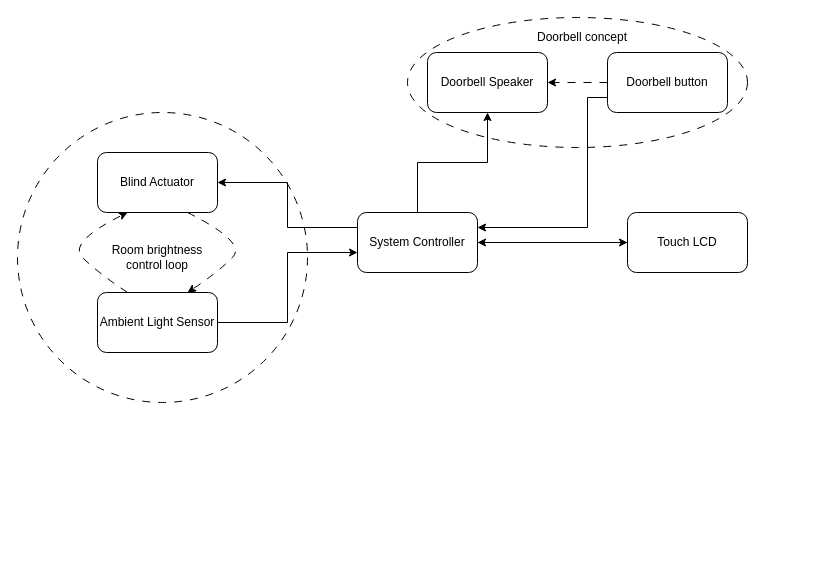
The draw.io diagram HighLevelDiagram.drawio in boomerlen/desn2k, before the edit. Source tidied: cells renumbered, new cells numbered last; positions are measured from the earlier drawing's top-left corner, leaving out a move shared by most shapes. Both pictures are drawn from the tidied source at 100%, with x=0, y=0 at pixel (17, 17).
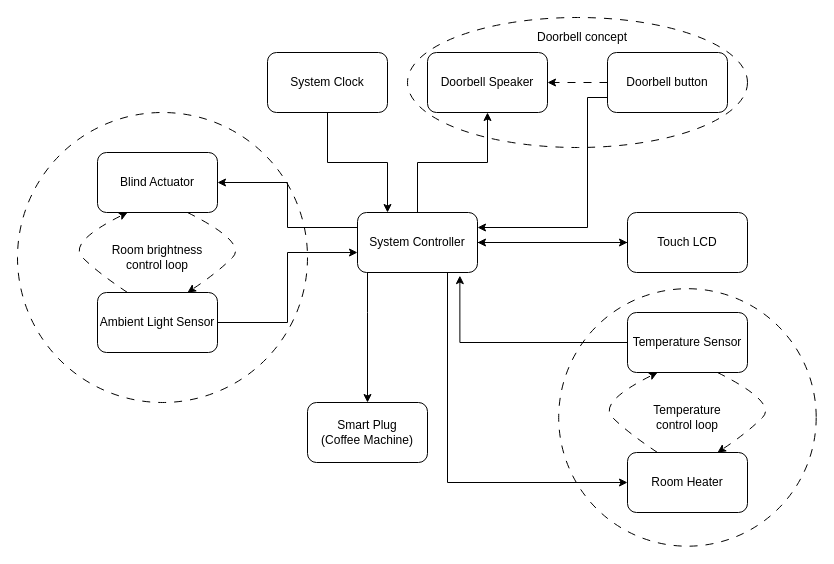
The same diagram, later.

The change refers to these unchanged cells:
```xml
<mxCell id="5" value="&lt;div&gt;System Controller&lt;/div&gt;" style="rounded=1;whiteSpace=wrap;html=1;" parent="1" vertex="1">
  <mxGeometry x="340" y="195" width="120" height="60" as="geometry" />
</mxCell>
```

What changed in the source:
```diff
@@
+    <mxCell id="21" style="edgeStyle=orthogonalEdgeStyle;rounded=0;jettySize=auto;html=1;" parent="1" edge="1" source="5" target="23">
+      <mxGeometry relative="1" as="geometry">
+        <Array as="points">
+          <mxPoint x="350" y="295" />
+          <mxPoint x="350" y="295" />
+        </Array>
+      </mxGeometry>
+    </mxCell>
+    <mxCell id="22" style="edgeStyle=orthogonalEdgeStyle;rounded=0;jettySize=auto;html=1;exitX=0.75;exitY=1;exitDx=0;exitDy=0;entryX=0;entryY=0.5;entryDx=0;entryDy=0;" parent="1" edge="1" source="5" target="25">
+      <mxGeometry relative="1" as="geometry" />
+    </mxCell>
@@
+    <mxCell id="23" value="&lt;div&gt;Smart Plug&lt;/div&gt;&lt;div&gt;(Coffee Machine)&lt;/div&gt;" style="rounded=1;whiteSpace=wrap;html=1;" parent="1" vertex="1">
+      <mxGeometry x="290" y="385" width="120" height="60" as="geometry" />
+    </mxCell>
+    <mxCell id="24" value="Temperature Sensor" style="rounded=1;whiteSpace=wrap;html=1;" parent="1" vertex="1">
+      <mxGeometry x="610" y="295" width="120" height="60" as="geometry" />
+    </mxCell>
+    <mxCell id="25" value="Room Heater" style="rounded=1;whiteSpace=wrap;html=1;" parent="1" vertex="1">
+      <mxGeometry x="610" y="435" width="120" height="60" as="geometry" />
+    </mxCell>
+    <mxCell id="26" style="edgeStyle=orthogonalEdgeStyle;rounded=0;jettySize=auto;html=1;entryX=0.853;entryY=1.052;entryDx=0;entryDy=0;entryPerimeter=0;" parent="1" edge="1" source="24" target="5">
+      <mxGeometry relative="1" as="geometry" />
+    </mxCell>
+    <mxCell id="27" style="curved=1;endArrow=classic;html=1;rounded=0;exitX=0.25;exitY=0;exitDx=0;exitDy=0;entryX=0.25;entryY=1;entryDx=0;entryDy=0;dashed=1;dashPattern=8 8;" parent="1" edge="1">
+      <mxGeometry relative="1" as="geometry">
+        <mxPoint x="640" y="435" as="sourcePoint" />
+        <mxPoint x="640" y="355" as="targetPoint" />
+        <Array as="points">
+          <mxPoint x="610" y="415" />
+          <mxPoint x="580" y="385" />
+        </Array>
+      </mxGeometry>
+    </mxCell>
+    <mxCell id="28" style="curved=1;endArrow=classic;html=1;rounded=0;exitX=0.75;exitY=1;exitDx=0;exitDy=0;entryX=0.75;entryY=0;entryDx=0;entryDy=0;dashed=1;dashPattern=8 8;" parent="1" edge="1">
+      <mxGeometry relative="1" as="geometry">
+        <mxPoint x="700" y="355" as="sourcePoint" />
+        <mxPoint x="700" y="435" as="targetPoint" />
+        <Array as="points">
+          <mxPoint x="760" y="385" />
+          <mxPoint x="730" y="415" />
+        </Array>
+      </mxGeometry>
+    </mxCell>
+    <mxCell id="29" value="Temperature control loop" style="text;html=1;align=center;verticalAlign=middle;whiteSpace=wrap;rounded=0;" parent="1" vertex="1">
+      <mxGeometry x="640" y="385" width="60" height="30" as="geometry" />
+    </mxCell>
+    <mxCell id="30" style="ellipse;whiteSpace=wrap;html=1;fillColor=none;dashed=1;dashPattern=8 8;" parent="1" vertex="1">
+      <mxGeometry x="541.2" y="271.2" width="257.5" height="257.5" as="geometry" />
+    </mxCell>
+    <mxCell id="31" style="edgeStyle=orthogonalEdgeStyle;rounded=0;jettySize=auto;html=1;entryX=0.25;entryY=0;entryDx=0;entryDy=0;" parent="1" edge="1" source="32" target="5">
+      <mxGeometry relative="1" as="geometry" />
+    </mxCell>
+    <mxCell id="32" value="System Clock" style="rounded=1;whiteSpace=wrap;html=1;" parent="1" vertex="1">
+      <mxGeometry x="250" y="35" width="120" height="60" as="geometry" />
+    </mxCell>
```
